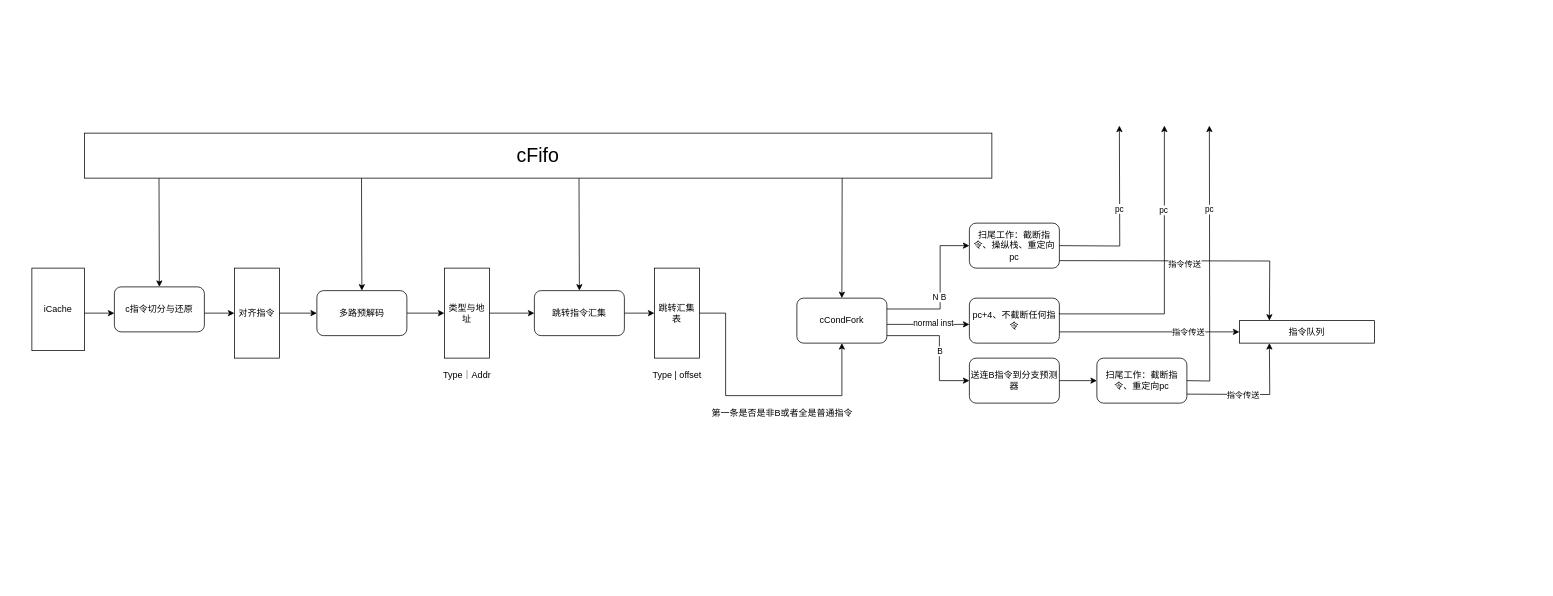
Before: asyncFrontendOverview.drawio in zhangxm99/LZUcomputer, a draw.io diagram. Source tidied: cells renumbered, new cells numbered last; positions are measured from the earlier drawing's top-left corner, leaving out a move shared by most shapes. Both pictures are drawn from the tidied source at 75%, with x=0, y=0 at pixel (32, 125).
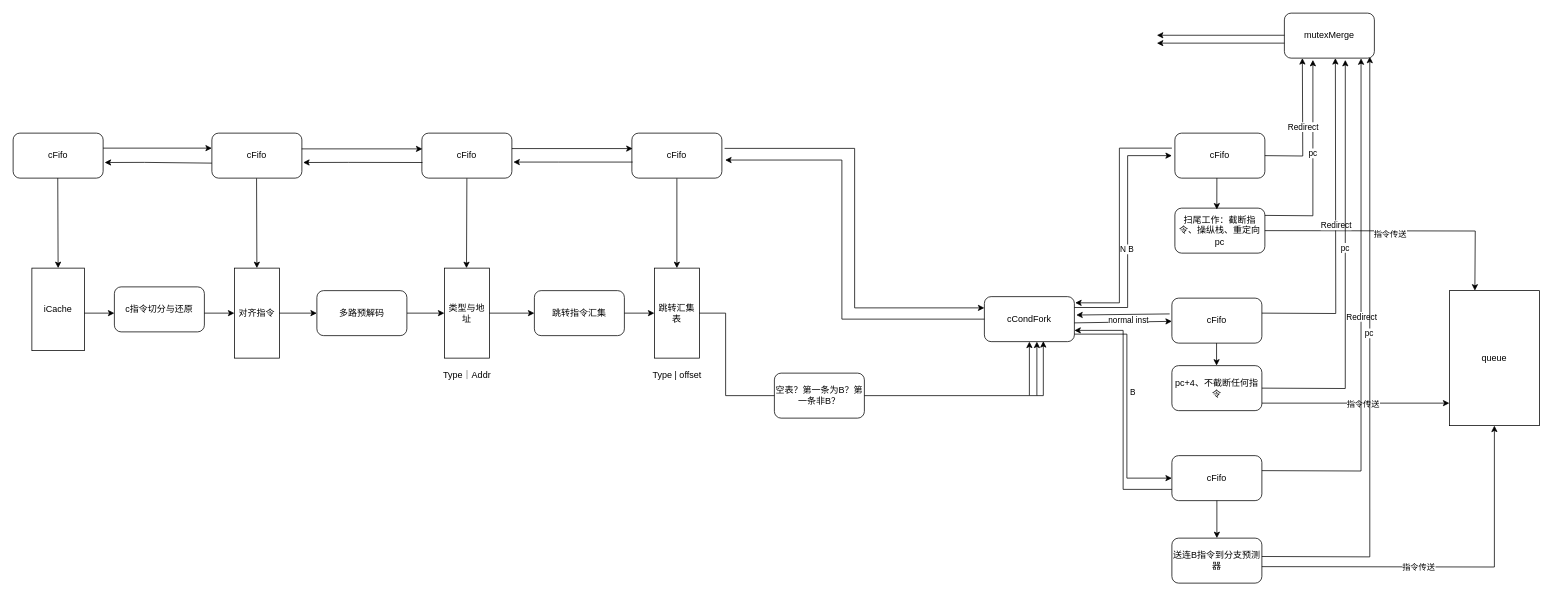
After the change.

The change refers to these unchanged cells:
```xml
<mxCell id="4" value="c指令切分与还原" style="rounded=1;whiteSpace=wrap;html=1;" parent="1" vertex="1">
  <mxGeometry x="110" y="215" width="120" height="60" as="geometry" />
</mxCell>
<mxCell id="6" value="对齐指令" style="rounded=0;whiteSpace=wrap;html=1;" parent="1" vertex="1">
  <mxGeometry x="270" y="190" width="60" height="120" as="geometry" />
</mxCell>
<mxCell id="9" value="多路预解码" style="rounded=1;whiteSpace=wrap;html=1;" parent="1" vertex="1">
  <mxGeometry x="380" y="220" width="120" height="60" as="geometry" />
</mxCell>
<mxCell id="12" value="跳转指令汇集" style="rounded=1;whiteSpace=wrap;html=1;" parent="1" vertex="1">
  <mxGeometry x="670" y="220" width="120" height="60" as="geometry" />
</mxCell>
<mxCell id="14" value="跳转汇集表" style="rounded=0;whiteSpace=wrap;html=1;" parent="1" vertex="1">
  <mxGeometry x="830" y="190" width="60" height="120" as="geometry" />
</mxCell>
```

The edit, as a diff of the source:
```diff
@@
-    <mxCell id="17" value="&lt;font style=&quot;font-size: 26px;&quot;&gt;cFifo&lt;/font&gt;" style="rounded=0;whiteSpace=wrap;html=1;" parent="1" vertex="1">
-      <mxGeometry x="70" y="10" width="1210" height="60" as="geometry" />
-    </mxCell>
-    <mxCell id="18" style="endArrow=classic;html=1;rounded=0;entryX=0.5;entryY=0;entryDx=0;entryDy=0;" parent="1" edge="1" target="4">
+    <mxCell id="18" style="endArrow=classic;html=1;rounded=0;entryX=0.5;entryY=0;entryDx=0;entryDy=0;" parent="1" edge="1" target="6">
       <mxGeometry relative="1" as="geometry">
-        <mxPoint x="169.5" y="70" as="sourcePoint" />
+        <mxPoint x="299.6" y="70" as="sourcePoint" />
       </mxGeometry>
     </mxCell>
-    <mxCell id="19" style="endArrow=classic;html=1;rounded=0;exitX=0.493;exitY=1.033;exitDx=0;exitDy=0;exitPerimeter=0;entryX=0.5;entryY=0;entryDx=0;entryDy=0;" parent="1" edge="1" target="9">
+    <mxCell id="19" style="endArrow=classic;html=1;rounded=0;entryX=0.5;entryY=0;entryDx=0;entryDy=0;exitX=0.5;exitY=1;exitDx=0;exitDy=0;" parent="1" edge="1" source="50">
       <mxGeometry relative="1" as="geometry">
-        <mxPoint x="439.5" y="70" as="sourcePoint" />
+        <mxPoint x="579.5" y="190" as="targetPoint" />
       </mxGeometry>
     </mxCell>
-    <mxCell id="20" style="endArrow=classic;html=1;rounded=0;entryX=0.5;entryY=0;entryDx=0;entryDy=0;" parent="1" edge="1" target="12">
+    <mxCell id="20" style="endArrow=classic;html=1;rounded=0;entryX=0.5;entryY=0;entryDx=0;entryDy=0;" parent="1" edge="1">
       <mxGeometry relative="1" as="geometry">
-        <mxPoint x="729.5" y="70" as="sourcePoint" />
+        <mxPoint x="860" y="70" as="sourcePoint" />
+        <mxPoint x="860" y="190" as="targetPoint" />
       </mxGeometry>
     </mxCell>
     <mxCell id="21" value="cCondFork" style="rounded=1;whiteSpace=wrap;html=1;" parent="1" vertex="1">
-      <mxGeometry x="1020" y="230" width="120" height="60" as="geometry" />
+      <mxGeometry x="1270" y="228" width="120" height="60" as="geometry" />
     </mxCell>
     <mxCell id="22" style="endArrow=classic;html=1;rounded=0;edgeStyle=orthogonalEdgeStyle;entryX=0.5;entryY=1;entryDx=0;entryDy=0;exitX=1;exitY=0.5;exitDx=0;exitDy=0;" parent="1" edge="1" source="14" target="21">
       <mxGeometry relative="1" as="geometry">
         <Array as="points">
           <mxPoint x="925" y="250" />
           <mxPoint x="925" y="360" />
-          <mxPoint x="1080" y="360" />
+          <mxPoint x="1330" y="360" />
         </Array>
       </mxGeometry>
     </mxCell>
-    <mxCell id="23" value="第一条是否是非B或者全是普通指令" style="text;html=1;align=center;verticalAlign=middle;strokeColor=none;fillColor=none;" parent="1" vertex="1">
-      <mxGeometry x="895" y="368" width="210" height="30" as="geometry" />
-    </mxCell>
-    <mxCell id="24" style="endArrow=classic;html=1;rounded=0;entryX=0.358;entryY=0;entryDx=0;entryDy=0;entryPerimeter=0;exitX=0.821;exitY=1;exitDx=0;exitDy=0;exitPerimeter=0;" parent="1" edge="1">
-      <mxGeometry relative="1" as="geometry">
-        <mxPoint x="1080.4" y="70" as="sourcePoint" />
-        <mxPoint x="1080" y="230" as="targetPoint" />
-      </mxGeometry>
-    </mxCell>
     <mxCell id="25" style="endArrow=classic;html=1;rounded=0;edgeStyle=orthogonalEdgeStyle;" parent="1" edge="1">
       <mxGeometry relative="1" as="geometry">
-        <mxPoint x="1140" y="244.5" as="sourcePoint" />
-        <mxPoint x="1250" y="160" as="targetPoint" />
+        <mxPoint x="1390" y="242.5" as="sourcePoint" />
+        <mxPoint x="1520" y="40" as="targetPoint" />
         <Array as="points">
-          <mxPoint x="1211" y="245" />
+          <mxPoint x="1461" y="242" />
+          <mxPoint x="1461" y="40" />
+          <mxPoint x="1520" y="40" />
         </Array>
       </mxGeometry>
     </mxCell>
@@
     <mxCell id="27" style="endArrow=classic;html=1;rounded=0;edgeStyle=elbowEdgeStyle;" parent="1" edge="1">
       <mxGeometry relative="1" as="geometry">
-        <mxPoint x="1140" y="280" as="sourcePoint" />
-        <mxPoint x="1250" y="340" as="targetPoint" />
+        <mxPoint x="1390" y="278" as="sourcePoint" />
+        <mxPoint x="1520" y="470" as="targetPoint" />
         <Array as="points">
-          <mxPoint x="1210" y="340" />
+          <mxPoint x="1460" y="338" />
         </Array>
       </mxGeometry>
     </mxCell>
@@
     <mxCell id="29" value="扫尾工作：截断指令、操纵栈、重定向pc" style="rounded=1;whiteSpace=wrap;html=1;" parent="1" vertex="1">
-      <mxGeometry x="1250" y="130" width="120" height="60" as="geometry" />
+      <mxGeometry x="1524" y="110" width="120" height="60" as="geometry" />
     </mxCell>
     <mxCell id="30" value="送连B指令到分支预测器" style="rounded=1;whiteSpace=wrap;html=1;" parent="1" vertex="1">
-      <mxGeometry x="1250" y="310" width="120" height="60" as="geometry" />
+      <mxGeometry x="1520" y="550" width="120" height="60" as="geometry" />
     </mxCell>
-    <mxCell id="31" style="endArrow=classic;html=1;rounded=0;" parent="1" edge="1" target="32">
-      <mxGeometry relative="1" as="geometry">
-        <mxPoint x="1370" y="340" as="sourcePoint" />
-      </mxGeometry>
-    </mxCell>
-    <mxCell id="32" value="扫尾工作：截断指令、重定向pc" style="rounded=1;whiteSpace=wrap;html=1;" parent="1" vertex="1">
-      <mxGeometry x="1420" y="310" width="120" height="60" as="geometry" />
-    </mxCell>
-    <mxCell id="33" style="endArrow=classic;html=1;rounded=0;edgeStyle=orthogonalEdgeStyle;" parent="1" edge="1">
+    <mxCell id="33" style="endArrow=classic;html=1;rounded=0;edgeStyle=orthogonalEdgeStyle;entryX=0.317;entryY=1.04;entryDx=0;entryDy=0;entryPerimeter=0;" parent="1" edge="1" target="84">
       <mxGeometry relative="1" as="geometry">
-        <mxPoint x="1370" y="160" as="sourcePoint" />
-        <mxPoint x="1450" as="targetPoint" />
+        <mxPoint x="1644" y="119.7" as="sourcePoint" />
       </mxGeometry>
     </mxCell>
@@
     <mxCell id="35" style="endArrow=classic;html=1;rounded=0;edgeStyle=orthogonalEdgeStyle;" parent="1" edge="1">
       <mxGeometry relative="1" as="geometry">
-        <mxPoint x="1370" y="180" as="sourcePoint" />
-        <mxPoint x="1650" y="260" as="targetPoint" />
+        <mxPoint x="1644" y="140" as="sourcePoint" />
+        <mxPoint x="1924" y="220" as="targetPoint" />
       </mxGeometry>
     </mxCell>
@@
-    <mxCell id="37" style="endArrow=classic;html=1;rounded=0;edgeStyle=orthogonalEdgeStyle;" parent="1" edge="1">
-      <mxGeometry relative="1" as="geometry">
-        <mxPoint x="1540" y="340" as="sourcePoint" />
-        <mxPoint x="1570" as="targetPoint" />
-      </mxGeometry>
-    </mxCell>
-    <mxCell id="38" value="pc" style="edgeLabel;html=1;align=center;verticalAlign=middle;" parent="37" vertex="1">
-      <mxGeometry x="0.4" y="1" relative="1" as="geometry" />
-    </mxCell>
-    <mxCell id="39" style="endArrow=classic;html=1;rounded=0;edgeStyle=orthogonalEdgeStyle;" parent="1" edge="1">
+    <mxCell id="39" style="endArrow=classic;html=1;rounded=0;edgeStyle=orthogonalEdgeStyle;" parent="1" edge="1" target="82">
       <mxGeometry relative="1" as="geometry">
-        <mxPoint x="1540" y="358" as="sourcePoint" />
-        <mxPoint x="1650" y="290" as="targetPoint" />
+        <mxPoint x="1640" y="588" as="sourcePoint" />
       </mxGeometry>
     </mxCell>
@@
-    <mxCell id="41" value="指令队列" style="rounded=0;whiteSpace=wrap;html=1;" parent="1" vertex="1">
-      <mxGeometry x="1610" y="260" width="180" height="30" as="geometry" />
-    </mxCell>
-    <mxCell id="42" style="endArrow=classic;html=1;rounded=0;" parent="1" edge="1">
+    <mxCell id="42" style="endArrow=classic;html=1;rounded=0;" parent="1" edge="1" target="69">
       <mxGeometry relative="1" as="geometry">
-        <mxPoint x="1140" y="265" as="sourcePoint" />
-        <mxPoint x="1250" y="265" as="targetPoint" />
+        <mxPoint x="1390" y="263" as="sourcePoint" />
       </mxGeometry>
     </mxCell>
@@
     <mxCell id="44" value="pc+4、不截断任何指令" style="rounded=1;whiteSpace=wrap;html=1;" parent="1" vertex="1">
-      <mxGeometry x="1250" y="230" width="120" height="60" as="geometry" />
+      <mxGeometry x="1520" y="320" width="120" height="60" as="geometry" />
     </mxCell>
-    <mxCell id="45" style="endArrow=classic;html=1;rounded=0;entryX=0;entryY=0.5;entryDx=0;entryDy=0;" parent="1" edge="1" target="41">
+    <mxCell id="45" style="endArrow=classic;html=1;rounded=0;entryX=0;entryY=0.5;entryDx=0;entryDy=0;" parent="1" edge="1">
       <mxGeometry relative="1" as="geometry">
-        <mxPoint x="1370" y="275" as="sourcePoint" />
+        <mxPoint x="1640" y="370" as="sourcePoint" />
+        <mxPoint x="1890" y="370" as="targetPoint" />
       </mxGeometry>
     </mxCell>
     <mxCell id="46" value="指令传送" style="edgeLabel;html=1;align=center;verticalAlign=middle;" parent="45" vertex="1">
       <mxGeometry x="0.28" y="-1" relative="1" as="geometry">
-        <mxPoint x="17" y="-1" as="offset" />
+        <mxPoint x="-26" as="offset" />
       </mxGeometry>
     </mxCell>
-    <mxCell id="47" style="endArrow=classic;html=1;rounded=0;edgeStyle=orthogonalEdgeStyle;" parent="1" edge="1">
-      <mxGeometry relative="1" as="geometry">
-        <mxPoint x="1370" y="250" as="sourcePoint" />
-        <mxPoint x="1510" as="targetPoint" />
-        <Array as="points">
-          <mxPoint x="1370" y="251" />
-          <mxPoint x="1510" y="251" />
-        </Array>
-      </mxGeometry>
-    </mxCell>
-    <mxCell id="48" value="pc" style="edgeLabel;html=1;align=center;verticalAlign=middle;" parent="47" vertex="1">
-      <mxGeometry x="0.43" y="2" relative="1" as="geometry" />
-    </mxCell>
+    <mxCell id="49" value="cFifo" style="rounded=1;whiteSpace=wrap;html=1;" parent="1" vertex="1">
+      <mxGeometry x="240" y="10" width="120" height="60" as="geometry" />
+    </mxCell>
+    <mxCell id="50" value="cFifo" style="rounded=1;whiteSpace=wrap;html=1;" parent="1" vertex="1">
+      <mxGeometry x="520" y="10" width="120" height="60" as="geometry" />
+    </mxCell>
+    <mxCell id="51" value="cFifo" style="rounded=1;whiteSpace=wrap;html=1;" parent="1" vertex="1">
+      <mxGeometry x="-25" y="10" width="120" height="60" as="geometry" />
+    </mxCell>
+    <mxCell id="52" style="endArrow=classic;html=1;rounded=0;entryX=0.5;entryY=0;entryDx=0;entryDy=0;" parent="1" edge="1">
+      <mxGeometry relative="1" as="geometry">
+        <mxPoint x="34.5" y="70" as="sourcePoint" />
+        <mxPoint x="35" y="190" as="targetPoint" />
+      </mxGeometry>
+    </mxCell>
+    <mxCell id="53" style="endArrow=classic;html=1;rounded=0;" parent="1" edge="1">
+      <mxGeometry relative="1" as="geometry">
+        <mxPoint x="95" y="30" as="sourcePoint" />
+        <mxPoint x="240" y="30" as="targetPoint" />
+      </mxGeometry>
+    </mxCell>
+    <mxCell id="54" style="endArrow=classic;html=1;rounded=0;entryX=1.017;entryY=0.653;entryDx=0;entryDy=0;entryPerimeter=0;" parent="1" edge="1" target="51">
+      <mxGeometry relative="1" as="geometry">
+        <mxPoint x="240" y="50" as="sourcePoint" />
+        <Array as="points">
+          <mxPoint x="150" y="49" />
+        </Array>
+      </mxGeometry>
+    </mxCell>
+    <mxCell id="55" style="endArrow=classic;html=1;rounded=0;exitX=0.998;exitY=0.35;exitDx=0;exitDy=0;exitPerimeter=0;entryX=0.006;entryY=0.35;entryDx=0;entryDy=0;entryPerimeter=0;" parent="1" edge="1" source="49" target="50">
+      <mxGeometry relative="1" as="geometry" />
+    </mxCell>
+    <mxCell id="56" style="endArrow=classic;html=1;rounded=0;entryX=1.014;entryY=0.653;entryDx=0;entryDy=0;entryPerimeter=0;exitX=0.006;exitY=0.653;exitDx=0;exitDy=0;exitPerimeter=0;" parent="1" edge="1" source="50" target="49">
+      <mxGeometry relative="1" as="geometry">
+        <Array as="points">
+          <mxPoint x="422.5" y="49" />
+        </Array>
+      </mxGeometry>
+    </mxCell>
+    <mxCell id="57" value="cFifo" style="rounded=1;whiteSpace=wrap;html=1;" parent="1" vertex="1">
+      <mxGeometry x="800" y="10" width="120" height="60" as="geometry" />
+    </mxCell>
+    <mxCell id="58" style="endArrow=classic;html=1;rounded=0;exitX=0.998;exitY=0.35;exitDx=0;exitDy=0;exitPerimeter=0;entryX=0.006;entryY=0.35;entryDx=0;entryDy=0;entryPerimeter=0;" parent="1" edge="1">
+      <mxGeometry relative="1" as="geometry">
+        <mxPoint x="640" y="30.6" as="sourcePoint" />
+        <mxPoint x="801" y="30.6" as="targetPoint" />
+      </mxGeometry>
+    </mxCell>
+    <mxCell id="59" style="endArrow=classic;html=1;rounded=0;entryX=1.014;entryY=0.653;entryDx=0;entryDy=0;entryPerimeter=0;exitX=0.006;exitY=0.653;exitDx=0;exitDy=0;exitPerimeter=0;" parent="1" edge="1">
+      <mxGeometry relative="1" as="geometry">
+        <mxPoint x="801" y="48.6" as="sourcePoint" />
+        <mxPoint x="642" y="48.6" as="targetPoint" />
+        <Array as="points">
+          <mxPoint x="702.5" y="48.6" />
+        </Array>
+      </mxGeometry>
+    </mxCell>
+    <mxCell id="60" value="空表？第一条为B？第一条非B？" style="rounded=1;whiteSpace=wrap;html=1;" parent="1" vertex="1">
+      <mxGeometry x="990" y="330" width="120" height="60" as="geometry" />
+    </mxCell>
+    <mxCell id="61" style="endArrow=classic;html=1;rounded=0;edgeStyle=elbowEdgeStyle;entryX=0;entryY=0.25;entryDx=0;entryDy=0;exitX=1.03;exitY=0.339;exitDx=0;exitDy=0;exitPerimeter=0;" parent="1" edge="1" source="57" target="21">
+      <mxGeometry relative="1" as="geometry" />
+    </mxCell>
+    <mxCell id="62" style="endArrow=classic;html=1;rounded=0;edgeStyle=elbowEdgeStyle;exitX=0;exitY=0.5;exitDx=0;exitDy=0;entryX=1.036;entryY=0.598;entryDx=0;entryDy=0;entryPerimeter=0;" parent="1" edge="1" source="21" target="57">
+      <mxGeometry relative="1" as="geometry">
+        <Array as="points">
+          <mxPoint x="1080" y="160" />
+        </Array>
+      </mxGeometry>
+    </mxCell>
+    <mxCell id="63" style="endArrow=classic;html=1;rounded=0;edgeStyle=orthogonalEdgeStyle;" parent="1" edge="1" target="21">
+      <mxGeometry relative="1" as="geometry">
+        <mxPoint x="1330" y="360" as="sourcePoint" />
+        <Array as="points">
+          <mxPoint x="1340" y="360" />
+        </Array>
+      </mxGeometry>
+    </mxCell>
+    <mxCell id="64" style="endArrow=classic;html=1;rounded=0;edgeStyle=orthogonalEdgeStyle;entryX=0.655;entryY=0.99;entryDx=0;entryDy=0;entryPerimeter=0;" parent="1" edge="1" target="21">
+      <mxGeometry relative="1" as="geometry">
+        <mxPoint x="1340" y="360" as="sourcePoint" />
+        <Array as="points">
+          <mxPoint x="1349" y="360" />
+        </Array>
+      </mxGeometry>
+    </mxCell>
+    <mxCell id="65" value="cFifo" style="rounded=1;whiteSpace=wrap;html=1;" parent="1" vertex="1">
+      <mxGeometry x="1524" y="10" width="120" height="60" as="geometry" />
+    </mxCell>
+    <mxCell id="66" style="endArrow=classic;html=1;rounded=0;edgeStyle=orthogonalEdgeStyle;entryX=1.009;entryY=0.138;entryDx=0;entryDy=0;entryPerimeter=0;" parent="1" edge="1" target="21">
+      <mxGeometry relative="1" as="geometry">
+        <mxPoint x="1520" y="30" as="sourcePoint" />
+        <Array as="points">
+          <mxPoint x="1450" y="30" />
+          <mxPoint x="1450" y="236" />
+        </Array>
+      </mxGeometry>
+    </mxCell>
+    <mxCell id="67" style="endArrow=classic;html=1;rounded=0;edgeStyle=orthogonalEdgeStyle;" parent="1" edge="1">
+      <mxGeometry relative="1" as="geometry">
+        <mxPoint x="1644" y="40" as="sourcePoint" />
+        <mxPoint x="1694" y="-90" as="targetPoint" />
+      </mxGeometry>
+    </mxCell>
+    <mxCell id="68" value="Redirect" style="edgeLabel;html=1;align=center;verticalAlign=middle;" parent="67" vertex="1">
+      <mxGeometry x="-0.01" relative="1" as="geometry" />
+    </mxCell>
+    <mxCell id="69" value="cFifo" style="rounded=1;whiteSpace=wrap;html=1;" parent="1" vertex="1">
+      <mxGeometry x="1520" y="230" width="120" height="60" as="geometry" />
+    </mxCell>
+    <mxCell id="70" style="endArrow=classic;html=1;rounded=0;entryX=1.021;entryY=0.409;entryDx=0;entryDy=0;entryPerimeter=0;exitX=-0.025;exitY=0.351;exitDx=0;exitDy=0;exitPerimeter=0;" parent="1" edge="1" source="69" target="21">
+      <mxGeometry relative="1" as="geometry" />
+    </mxCell>
+    <mxCell id="71" style="endArrow=classic;html=1;rounded=0;entryX=0.466;entryY=0.03;entryDx=0;entryDy=0;entryPerimeter=0;" parent="1" edge="1" target="29">
+      <mxGeometry relative="1" as="geometry">
+        <mxPoint x="1580" y="70" as="sourcePoint" />
+      </mxGeometry>
+    </mxCell>
+    <mxCell id="72" style="endArrow=classic;html=1;rounded=0;edgeStyle=orthogonalEdgeStyle;" parent="1" edge="1">
+      <mxGeometry relative="1" as="geometry">
+        <mxPoint x="1640" y="250" as="sourcePoint" />
+        <mxPoint x="1738" y="-90" as="targetPoint" />
+      </mxGeometry>
+    </mxCell>
+    <mxCell id="73" value="Redirect" style="edgeLabel;html=1;align=center;verticalAlign=middle;" parent="72" vertex="1">
+      <mxGeometry x="-0.01" relative="1" as="geometry" />
+    </mxCell>
+    <mxCell id="74" style="endArrow=classic;html=1;rounded=0;" parent="1" edge="1">
+      <mxGeometry relative="1" as="geometry">
+        <mxPoint x="1579.6" y="290" as="sourcePoint" />
+        <mxPoint x="1579.6" y="320" as="targetPoint" />
+      </mxGeometry>
+    </mxCell>
+    <mxCell id="75" style="endArrow=classic;html=1;rounded=0;edgeStyle=orthogonalEdgeStyle;entryX=0.677;entryY=1.04;entryDx=0;entryDy=0;entryPerimeter=0;" parent="1" edge="1" target="84">
+      <mxGeometry relative="1" as="geometry">
+        <mxPoint x="1640" y="350" as="sourcePoint" />
+      </mxGeometry>
+    </mxCell>
+    <mxCell id="76" value="pc" style="edgeLabel;html=1;align=center;verticalAlign=middle;" parent="75" vertex="1">
+      <mxGeometry x="0.09" y="1" relative="1" as="geometry" />
+    </mxCell>
+    <mxCell id="77" value="cFifo" style="rounded=1;whiteSpace=wrap;html=1;" parent="1" vertex="1">
+      <mxGeometry x="1520" y="440" width="120" height="60" as="geometry" />
+    </mxCell>
+    <mxCell id="78" style="endArrow=classic;html=1;rounded=0;edgeStyle=orthogonalEdgeStyle;entryX=0.852;entryY=1.005;entryDx=0;entryDy=0;entryPerimeter=0;" parent="1" edge="1" target="84">
+      <mxGeometry relative="1" as="geometry">
+        <mxPoint x="1640" y="460" as="sourcePoint" />
+      </mxGeometry>
+    </mxCell>
+    <mxCell id="79" value="Redirect" style="edgeLabel;html=1;align=center;verticalAlign=middle;" parent="78" vertex="1">
+      <mxGeometry x="-0.01" relative="1" as="geometry" />
+    </mxCell>
+    <mxCell id="80" style="endArrow=classic;html=1;rounded=0;edgeStyle=orthogonalEdgeStyle;entryX=0.949;entryY=0.97;entryDx=0;entryDy=0;entryPerimeter=0;" parent="1" edge="1" target="84">
+      <mxGeometry relative="1" as="geometry">
+        <mxPoint x="1640" y="574.5" as="sourcePoint" />
+      </mxGeometry>
+    </mxCell>
+    <mxCell id="81" value="pc" style="edgeLabel;html=1;align=center;verticalAlign=middle;" parent="80" vertex="1">
+      <mxGeometry x="0.09" y="1" relative="1" as="geometry" />
+    </mxCell>
+    <mxCell id="82" value="queue" style="rounded=0;whiteSpace=wrap;html=1;" parent="1" vertex="1">
+      <mxGeometry x="1890" y="220" width="120" height="180" as="geometry" />
+    </mxCell>
+    <mxCell id="83" style="endArrow=classic;html=1;rounded=0;entryX=0.5;entryY=0;entryDx=0;entryDy=0;" parent="1" edge="1" target="30">
+      <mxGeometry relative="1" as="geometry">
+        <mxPoint x="1580" y="500" as="sourcePoint" />
+      </mxGeometry>
+    </mxCell>
+    <mxCell id="84" value="mutexMerge" style="rounded=1;whiteSpace=wrap;html=1;" parent="1" vertex="1">
+      <mxGeometry x="1670" y="-150" width="120" height="60" as="geometry" />
+    </mxCell>
+    <mxCell id="85" style="endArrow=classic;html=1;rounded=0;" parent="1" edge="1">
+      <mxGeometry relative="1" as="geometry">
+        <mxPoint x="1670" y="-120.5" as="sourcePoint" />
+        <mxPoint x="1500" y="-120.5" as="targetPoint" />
+      </mxGeometry>
+    </mxCell>
+    <mxCell id="86" style="endArrow=classic;html=1;rounded=0;" parent="1" edge="1">
+      <mxGeometry relative="1" as="geometry">
+        <mxPoint x="1670" y="-110" as="sourcePoint" />
+        <mxPoint x="1500" y="-110" as="targetPoint" />
+      </mxGeometry>
+    </mxCell>
+    <mxCell id="87" style="endArrow=classic;html=1;rounded=0;edgeStyle=orthogonalEdgeStyle;entryX=1;entryY=0.75;entryDx=0;entryDy=0;exitX=0;exitY=0.75;exitDx=0;exitDy=0;" parent="1" edge="1" source="77" target="21">
+      <mxGeometry relative="1" as="geometry" />
+    </mxCell>
```
